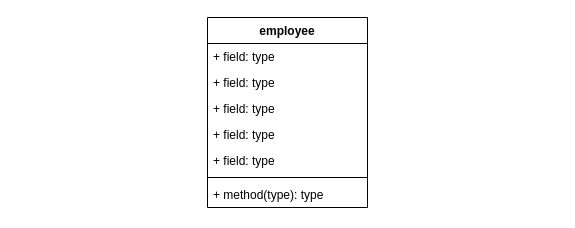
casecasee/SPM-G8T5 keeps this draw.io diagram as page "C4" (4 of 4) of C4.drawio. Above is the earlier version. Source tidied: cells renumbered, new cells numbered last; positions are measured from the earlier drawing's top-left corner, leaving out a move shared by most shapes. Both pictures are drawn from the tidied source at 100%, with x=0, y=0 at pixel (207, 17).
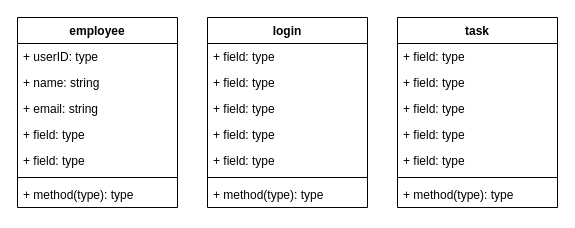
After the change.

Commit message (it also covers changes not shown here):
Testing frontend of Task Board

Change to the diagram source:
```diff
@@
-    <mxCell id="2" value="employee" style="swimlane;fontStyle=1;align=center;verticalAlign=top;horizontal=1;startSize=26;whiteSpace=wrap;html=1;" parent="1" vertex="1">
+    <mxCell id="2" value="login" style="swimlane;fontStyle=1;align=center;verticalAlign=top;horizontal=1;startSize=26;whiteSpace=wrap;html=1;" parent="1" vertex="1">
       <mxGeometry width="160" height="190" as="geometry" />
     </mxCell>
@@
+    <mxCell id="10" value="employee" style="swimlane;fontStyle=1;align=center;verticalAlign=top;horizontal=1;startSize=26;whiteSpace=wrap;html=1;" parent="1" vertex="1">
+      <mxGeometry x="-190" width="160" height="190" as="geometry" />
+    </mxCell>
+    <mxCell id="11" value="+ userID: type" style="text;strokeColor=none;fillColor=none;align=left;verticalAlign=top;spacingLeft=4;spacingRight=4;overflow=hidden;whiteSpace=wrap;html=1;" parent="10" vertex="1">
+      <mxGeometry y="26" width="160" height="26" as="geometry" />
+    </mxCell>
+    <mxCell id="12" value="+ name: string" style="text;strokeColor=none;fillColor=none;align=left;verticalAlign=top;spacingLeft=4;spacingRight=4;overflow=hidden;whiteSpace=wrap;html=1;" parent="10" vertex="1">
+      <mxGeometry y="52" width="160" height="26" as="geometry" />
+    </mxCell>
+    <mxCell id="13" value="+ email: string" style="text;strokeColor=none;fillColor=none;align=left;verticalAlign=top;spacingLeft=4;spacingRight=4;overflow=hidden;whiteSpace=wrap;html=1;" parent="10" vertex="1">
+      <mxGeometry y="78" width="160" height="26" as="geometry" />
+    </mxCell>
+    <mxCell id="14" value="+ field: type" style="text;strokeColor=none;fillColor=none;align=left;verticalAlign=top;spacingLeft=4;spacingRight=4;overflow=hidden;whiteSpace=wrap;html=1;" parent="10" vertex="1">
+      <mxGeometry y="104" width="160" height="26" as="geometry" />
+    </mxCell>
+    <mxCell id="15" value="+ field: type" style="text;strokeColor=none;fillColor=none;align=left;verticalAlign=top;spacingLeft=4;spacingRight=4;overflow=hidden;whiteSpace=wrap;html=1;" parent="10" vertex="1">
+      <mxGeometry y="130" width="160" height="26" as="geometry" />
+    </mxCell>
+    <mxCell id="16" style="line;strokeWidth=1;fillColor=none;align=left;verticalAlign=middle;spacingTop=-1;spacingLeft=3;spacingRight=3;labelPosition=right;strokeColor=inherit;" parent="10" vertex="1">
+      <mxGeometry y="156" width="160" height="8" as="geometry" />
+    </mxCell>
+    <mxCell id="17" value="+ method(type): type" style="text;strokeColor=none;fillColor=none;align=left;verticalAlign=top;spacingLeft=4;spacingRight=4;overflow=hidden;whiteSpace=wrap;html=1;" parent="10" vertex="1">
+      <mxGeometry y="164" width="160" height="26" as="geometry" />
+    </mxCell>
+    <mxCell id="18" value="task" style="swimlane;fontStyle=1;align=center;verticalAlign=top;horizontal=1;startSize=26;whiteSpace=wrap;html=1;" parent="1" vertex="1">
+      <mxGeometry x="190" width="160" height="190" as="geometry" />
+    </mxCell>
+    <mxCell id="19" value="+ field: type" style="text;strokeColor=none;fillColor=none;align=left;verticalAlign=top;spacingLeft=4;spacingRight=4;overflow=hidden;whiteSpace=wrap;html=1;" parent="18" vertex="1">
+      <mxGeometry y="26" width="160" height="26" as="geometry" />
+    </mxCell>
+    <mxCell id="20" value="+ field: type" style="text;strokeColor=none;fillColor=none;align=left;verticalAlign=top;spacingLeft=4;spacingRight=4;overflow=hidden;whiteSpace=wrap;html=1;" parent="18" vertex="1">
+      <mxGeometry y="52" width="160" height="26" as="geometry" />
+    </mxCell>
+    <mxCell id="21" value="+ field: type" style="text;strokeColor=none;fillColor=none;align=left;verticalAlign=top;spacingLeft=4;spacingRight=4;overflow=hidden;whiteSpace=wrap;html=1;" parent="18" vertex="1">
+      <mxGeometry y="78" width="160" height="26" as="geometry" />
+    </mxCell>
+    <mxCell id="22" value="+ field: type" style="text;strokeColor=none;fillColor=none;align=left;verticalAlign=top;spacingLeft=4;spacingRight=4;overflow=hidden;whiteSpace=wrap;html=1;" parent="18" vertex="1">
+      <mxGeometry y="104" width="160" height="26" as="geometry" />
+    </mxCell>
+    <mxCell id="23" value="+ field: type" style="text;strokeColor=none;fillColor=none;align=left;verticalAlign=top;spacingLeft=4;spacingRight=4;overflow=hidden;whiteSpace=wrap;html=1;" parent="18" vertex="1">
+      <mxGeometry y="130" width="160" height="26" as="geometry" />
+    </mxCell>
+    <mxCell id="24" style="line;strokeWidth=1;fillColor=none;align=left;verticalAlign=middle;spacingTop=-1;spacingLeft=3;spacingRight=3;labelPosition=right;strokeColor=inherit;" parent="18" vertex="1">
+      <mxGeometry y="156" width="160" height="8" as="geometry" />
+    </mxCell>
+    <mxCell id="25" value="+ method(type): type" style="text;strokeColor=none;fillColor=none;align=left;verticalAlign=top;spacingLeft=4;spacingRight=4;overflow=hidden;whiteSpace=wrap;html=1;" parent="18" vertex="1">
+      <mxGeometry y="164" width="160" height="26" as="geometry" />
+    </mxCell>
```
